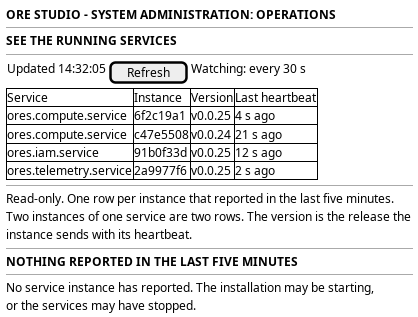
Earlier version of the PlantUML export doc/knowledge/journeys/operations/wireframe_see_the_running_services.png (OreStudio/OreStudio). Its source is kept beside it as doc/knowledge/journeys/operations/wireframe_see_the_running_services.puml.
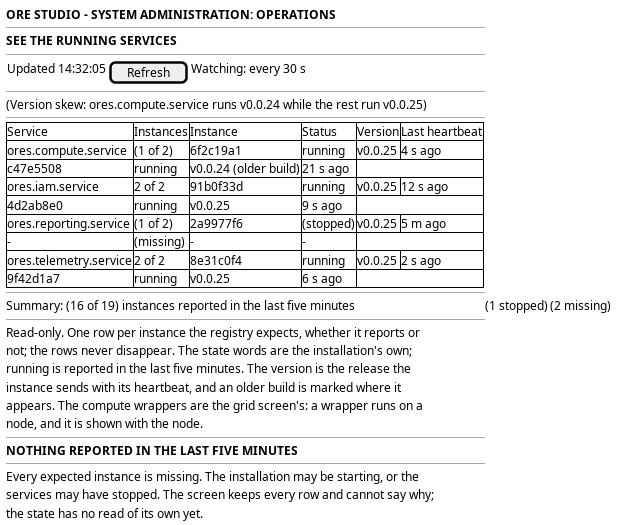
After the commit.

The edit, as a diff of the source:
```diff
@@ -9,22 +9,35 @@
   {
     Updated 14:32:05 | [ Refresh ] | Watching: every 30 s
   }
+  --
+  (Version skew: ores.compute.service runs v0.0.24 while the rest run v0.0.25)
+  --
   {#
-    Service | Instance | Version | Last heartbeat
-    ores.compute.service | 6f2c19a1 | v0.0.25 | 4 s ago
-    ores.compute.service | c47e5508 | v0.0.24 | 21 s ago
-    ores.iam.service | 91b0f33d | v0.0.25 | 12 s ago
-    ores.telemetry.service | 2a9977f6 | v0.0.25 | 2 s ago
+    Service | Instances | Instance | Status | Version | Last heartbeat
+    ores.compute.service | (1 of 2) | 6f2c19a1 | running | v0.0.25 | 4 s ago
+    | | c47e5508 | running | v0.0.24 (older build) | 21 s ago
+    ores.iam.service | 2 of 2 | 91b0f33d | running | v0.0.25 | 12 s ago
+    | | 4d2ab8e0 | running | v0.0.25 | 9 s ago
+    ores.reporting.service | (1 of 2) | 2a9977f6 | (stopped) | v0.0.25 | 5 m ago
+    | | - | (missing) | - | -
+    ores.telemetry.service | 2 of 2 | 8e31c0f4 | running | v0.0.25 | 2 s ago
+    | | 9f42d1a7 | running | v0.0.25 | 6 s ago
   }
   --
-  Read-only. One row per instance that reported in the last five minutes.
-  Two instances of one service are two rows. The version is the release the
-  instance sends with its heartbeat.
+  Summary: (16 of 19) instances reported in the last five minutes | (1 stopped) | (2 missing)
+  --
+  Read-only. One row per instance the registry expects, whether it reports or
+  not; the rows never disappear. The state words are the installation's own;
+  running is reported in the last five minutes. The version is the release the
+  instance sends with its heartbeat, and an older build is marked where it
+  appears. The compute wrappers are the grid screen's: a wrapper runs on a
+  node, and it is shown with the node.
   --
   <b>NOTHING REPORTED IN THE LAST FIVE MINUTES</b>
   --
-  No service instance has reported. The installation may be starting,
-  or the services may have stopped.
+  Every expected instance is missing. The installation may be starting, or the
+  services may have stopped. The screen keeps every row and cannot say why;
+  the state has no read of its own yet.
 }
 
 @enduml
```
